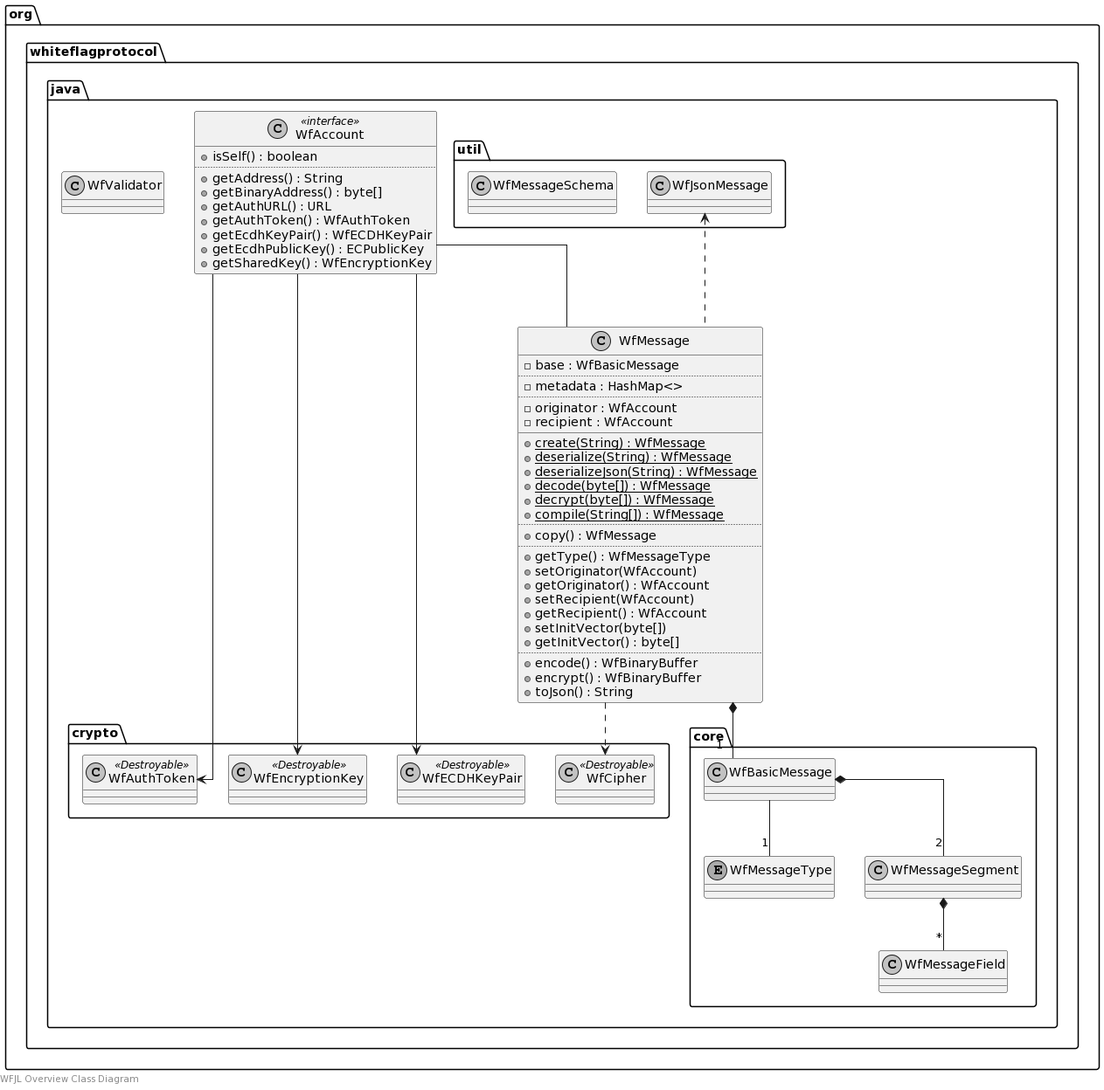
The PlantUML diagram docs/uml/overview.png in WhiteflagProtocol/whiteflag-java, before a commit.
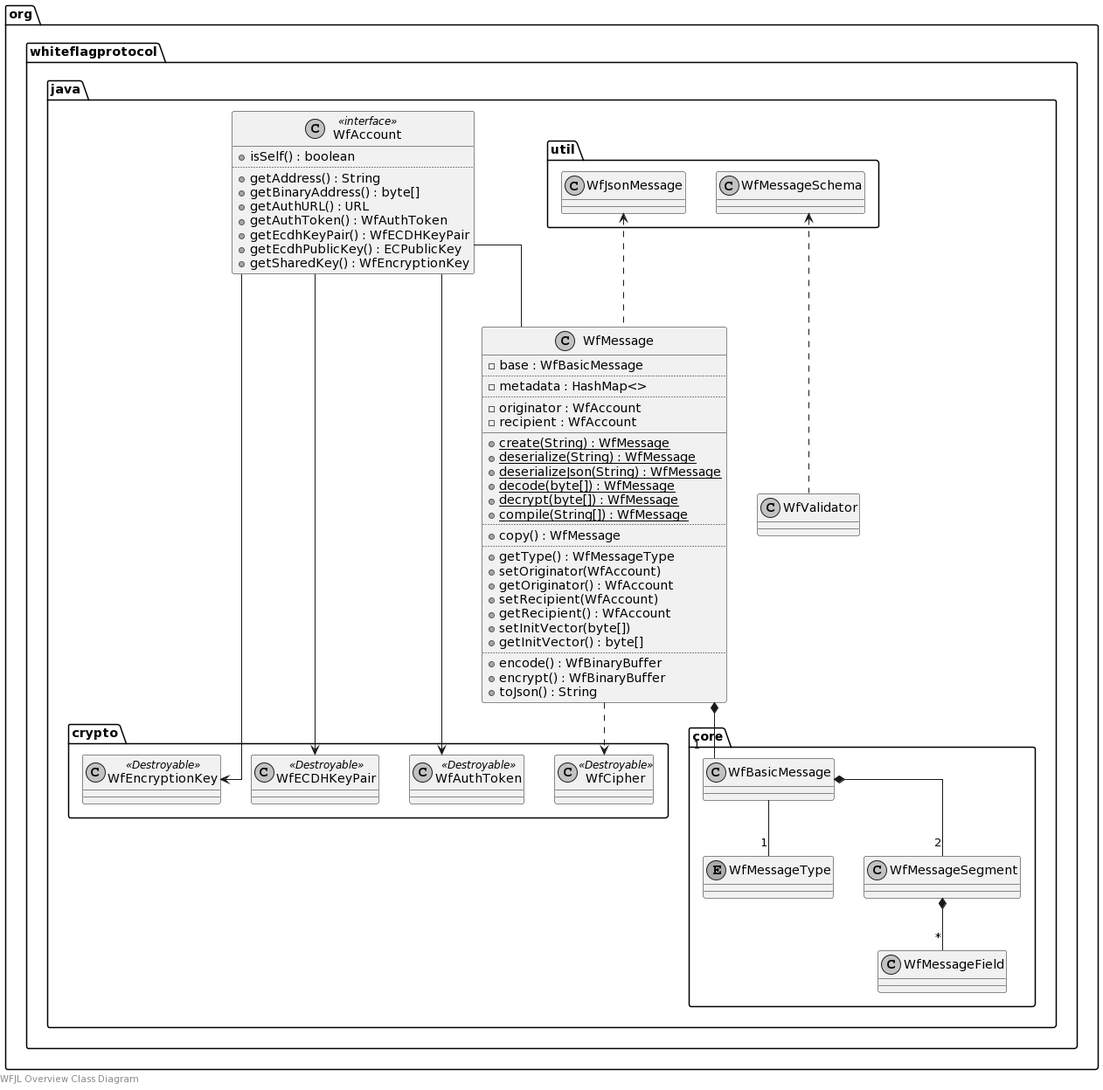
Above is the later version.

Commit message:
Added validation against JSON schema

Diff of the diagram source:
```diff
@@ -82,4 +82,6 @@
 
 WfMessage ..> WfCipher
 WfJsonMessage <.. WfMessage
+
+WfMessageSchema <.. WfValidator
 @enduml
```
